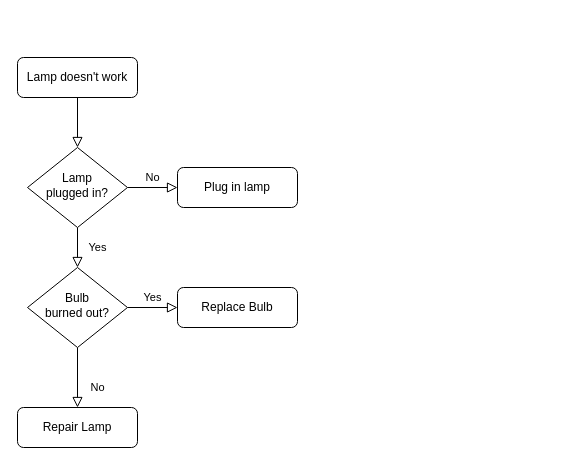
Before: Untitled Diagram.drawio in 24oceann/Repository-OS, a draw.io diagram. Source tidied: cells renumbered, new cells numbered last; positions are measured from the earlier drawing's top-left corner, leaving out a move shared by most shapes. Both pictures are drawn from the tidied source at 100%, with x=0, y=0 at pixel (17, 57).
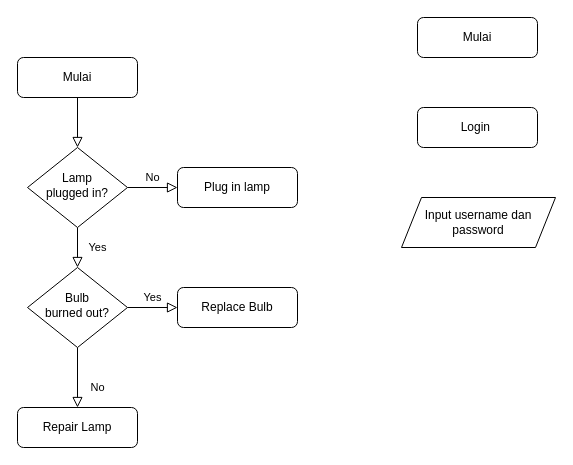
After the change.

Change to the diagram source:
```diff
@@
 <mxGraphModel>
   <root>
     <mxCell id="0" />
     <mxCell id="1" parent="0" />
     <mxCell id="2" style="rounded=0;html=1;jettySize=auto;fontSize=11;endArrow=block;endFill=0;endSize=8;strokeWidth=1;shadow=0;labelBackgroundColor=none;edgeStyle=orthogonalEdgeStyle;" parent="1" edge="1" source="3" target="6">
       <mxGeometry relative="1" as="geometry" />
     </mxCell>
-    <mxCell id="3" value="Lamp doesn't work" style="rounded=1;whiteSpace=wrap;html=1;fontSize=12;glass=0;strokeWidth=1;shadow=0;" parent="1" vertex="1">
+    <mxCell id="3" value="Mulai" style="rounded=1;whiteSpace=wrap;html=1;fontSize=12;glass=0;strokeWidth=1;shadow=0;" parent="1" vertex="1">
       <mxGeometry width="120" height="40" as="geometry" />
     </mxCell>
     <mxCell id="4" value="Yes" style="rounded=0;html=1;jettySize=auto;fontSize=11;endArrow=block;endFill=0;endSize=8;strokeWidth=1;shadow=0;labelBackgroundColor=none;edgeStyle=orthogonalEdgeStyle;" parent="1" edge="1" source="6" target="10">
       <mxGeometry y="20" relative="1" as="geometry" />
     </mxCell>
     <mxCell id="5" value="No" style="edgeStyle=orthogonalEdgeStyle;rounded=0;html=1;jettySize=auto;fontSize=11;endArrow=block;endFill=0;endSize=8;strokeWidth=1;shadow=0;labelBackgroundColor=none;" parent="1" edge="1" source="6" target="7">
       <mxGeometry y="10" relative="1" as="geometry" />
     </mxCell>
     <mxCell id="6" value="Lamp&lt;br&gt;plugged in?" style="rhombus;whiteSpace=wrap;html=1;shadow=0;fontFamily=Helvetica;fontSize=12;align=center;strokeWidth=1;spacing=6;spacingTop=-4;" parent="1" vertex="1">
       <mxGeometry x="10" y="90" width="100" height="80" as="geometry" />
     </mxCell>
     <mxCell id="7" value="Plug in lamp" style="rounded=1;whiteSpace=wrap;html=1;fontSize=12;glass=0;strokeWidth=1;shadow=0;" parent="1" vertex="1">
       <mxGeometry x="160" y="110" width="120" height="40" as="geometry" />
     </mxCell>
     <mxCell id="8" value="No" style="rounded=0;html=1;jettySize=auto;fontSize=11;endArrow=block;endFill=0;endSize=8;strokeWidth=1;shadow=0;labelBackgroundColor=none;edgeStyle=orthogonalEdgeStyle;" parent="1" edge="1" source="10" target="11">
       <mxGeometry x="0.33" y="20" relative="1" as="geometry" />
     </mxCell>
     <mxCell id="9" value="Yes" style="edgeStyle=orthogonalEdgeStyle;rounded=0;html=1;jettySize=auto;fontSize=11;endArrow=block;endFill=0;endSize=8;strokeWidth=1;shadow=0;labelBackgroundColor=none;" parent="1" edge="1" source="10" target="12">
       <mxGeometry y="10" relative="1" as="geometry" />
     </mxCell>
     <mxCell id="10" value="Bulb&lt;br&gt;burned out?" style="rhombus;whiteSpace=wrap;html=1;shadow=0;fontFamily=Helvetica;fontSize=12;align=center;strokeWidth=1;spacing=6;spacingTop=-4;" parent="1" vertex="1">
       <mxGeometry x="10" y="210" width="100" height="80" as="geometry" />
     </mxCell>
     <mxCell id="11" value="Repair Lamp" style="rounded=1;whiteSpace=wrap;html=1;fontSize=12;glass=0;strokeWidth=1;shadow=0;" parent="1" vertex="1">
       <mxGeometry y="350" width="120" height="40" as="geometry" />
     </mxCell>
     <mxCell id="12" value="Replace Bulb" style="rounded=1;whiteSpace=wrap;html=1;fontSize=12;glass=0;strokeWidth=1;shadow=0;" parent="1" vertex="1">
       <mxGeometry x="160" y="230" width="120" height="40" as="geometry" />
     </mxCell>
+    <mxCell id="13" value="Mulai" style="rounded=1;whiteSpace=wrap;html=1;fontSize=12;glass=0;strokeWidth=1;shadow=0;" parent="1" vertex="1">
+      <mxGeometry x="400" y="-40" width="120" height="40" as="geometry" />
+    </mxCell>
+    <mxCell id="14" value="Input username dan password" style="shape=parallelogram;perimeter=parallelogramPerimeter;whiteSpace=wrap;html=1;fixedSize=1;" parent="1" vertex="1">
+      <mxGeometry x="384" y="140" width="154" height="50" as="geometry" />
+    </mxCell>
+    <mxCell id="15" value="Login&amp;nbsp;" style="rounded=1;whiteSpace=wrap;html=1;fontSize=12;glass=0;strokeWidth=1;shadow=0;" parent="1" vertex="1">
+      <mxGeometry x="400" y="50" width="120" height="40" as="geometry" />
+    </mxCell>
   </root>
 </mxGraphModel>
```
